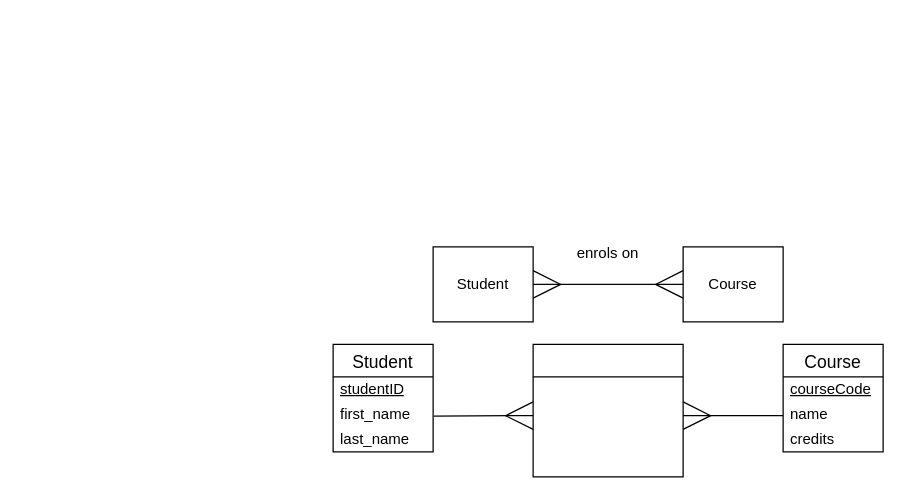
MrFriendCS/MrFriendCS.github.io keeps this draw.io diagram as page "SC" (42 of 46) of higher/ddd/H-DDD-Clydeview/assets/Diagrams/H DDD Clydeview.drawio. Above is the earlier version. Source tidied: cells renumbered, new cells numbered last; positions are measured from the earlier drawing's top-left corner, leaving out a move shared by most shapes. Both pictures are drawn from the tidied source at 125%, with x=0, y=0 at pixel (332, 234).
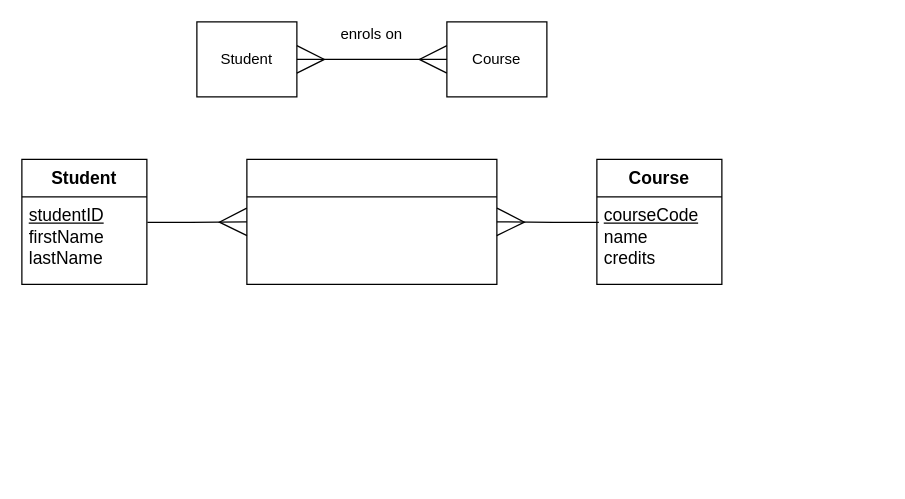
The same page after the edit.

What changed in the source:
```diff
@@
     <mxCell id="3" value="Student" style="rounded=0;whiteSpace=wrap;html=1;fillColor=none;" parent="1" vertex="1">
-      <mxGeometry x="80" y="10" width="80" height="60" as="geometry" />
+      <mxGeometry x="-109" y="-170" width="80" height="60" as="geometry" />
     </mxCell>
     <mxCell id="4" value="Course" style="rounded=0;whiteSpace=wrap;html=1;fillColor=none;" parent="1" vertex="1">
-      <mxGeometry x="280" y="10" width="80" height="60" as="geometry" />
+      <mxGeometry x="91" y="-170" width="80" height="60" as="geometry" />
     </mxCell>
     <mxCell id="5" value="enrols on" style="text;html=1;strokeColor=none;fillColor=none;align=center;verticalAlign=middle;whiteSpace=wrap;rounded=0;" parent="1" vertex="1">
-      <mxGeometry x="180" width="80" height="30" as="geometry" />
+      <mxGeometry x="-9" y="-170" width="80" height="20" as="geometry" />
     </mxCell>
-    <mxCell id="6" value="Student" style="swimlane;fontStyle=0;horizontal=1;startSize=26;align=center;fontSize=14;fillColor=none;" parent="1" vertex="1">
-      <mxGeometry y="88" width="80" height="86" as="geometry" />
+    <mxCell id="6" value="&lt;b&gt;Student&lt;/b&gt;" style="swimlane;horizontal=1;startSize=30;rounded=1;fontSize=14;fontStyle=0;strokeWidth=1;shadow=0;dashed=0;align=center;arcSize=0;whiteSpace=wrap;html=1;fillColor=none;verticalAlign=top;" parent="1" vertex="1">
+      <mxGeometry x="-249" y="-60" width="100" height="100" as="geometry" />
     </mxCell>
-    <mxCell id="7" value="&lt;u&gt;studentID&lt;/u&gt;" style="text;strokeColor=none;fillColor=none;spacingLeft=4;spacingRight=4;overflow=hidden;fontSize=12;whiteSpace=wrap;html=1;align=left;verticalAlign=middle;" parent="6" vertex="1">
-      <mxGeometry y="26" width="80" height="20" as="geometry" />
-    </mxCell>
-    <mxCell id="8" value="first_name" style="text;strokeColor=none;fillColor=none;spacingLeft=4;spacingRight=4;overflow=hidden;points=[[0,0.5],[1,0.5]];portConstraint=eastwest;fontSize=12;whiteSpace=wrap;html=1;align=left;verticalAlign=middle;" parent="6" vertex="1">
-      <mxGeometry y="46" width="80" height="20" as="geometry" />
-    </mxCell>
-    <mxCell id="9" value="last_name" style="text;strokeColor=none;fillColor=none;spacingLeft=4;spacingRight=4;overflow=hidden;fontSize=12;whiteSpace=wrap;html=1;align=left;verticalAlign=middle;" parent="6" vertex="1">
-      <mxGeometry y="66" width="80" height="20" as="geometry" />
-    </mxCell>
+    <mxCell id="21" value="&lt;span style=&quot;font-size: 14px;&quot;&gt;&lt;u&gt;studentID&lt;/u&gt;&lt;/span&gt;&lt;div&gt;&lt;span style=&quot;font-size: 14px;&quot;&gt;firstName&lt;/span&gt;&lt;/div&gt;&lt;div&gt;&lt;span style=&quot;font-size: 14px;&quot;&gt;lastName&lt;/span&gt;&lt;/div&gt;" style="align=left;strokeColor=none;fillColor=none;spacingLeft=4;fontSize=12;verticalAlign=top;html=1;" parent="6" vertex="1">
+      <mxGeometry y="30" width="100" height="70" as="geometry" />
+    </mxCell>
+    <mxCell id="22" style="edgeStyle=orthogonalEdgeStyle;rounded=0;orthogonalLoop=1;jettySize=auto;html=1;exitX=0.5;exitY=1;exitDx=0;exitDy=0;" parent="6" edge="1" source="21" target="21">
+      <mxGeometry relative="1" as="geometry" />
+    </mxCell>
-    <mxCell id="10" value="Course" style="swimlane;fontStyle=0;horizontal=1;startSize=26;align=center;fontSize=14;fillColor=none;" parent="1" vertex="1">
-      <mxGeometry x="360" y="88" width="80" height="86" as="geometry" />
+    <mxCell id="10" value="&lt;b&gt;Course&lt;/b&gt;" style="swimlane;horizontal=1;startSize=30;rounded=1;fontSize=14;fontStyle=0;strokeWidth=1;shadow=0;dashed=0;align=center;arcSize=0;whiteSpace=wrap;html=1;fillColor=none;verticalAlign=top;" parent="1" vertex="1">
+      <mxGeometry x="211" y="-60" width="100" height="100" as="geometry" />
     </mxCell>
-    <mxCell id="11" value="&lt;u&gt;courseCode&lt;/u&gt;" style="text;strokeColor=none;fillColor=none;spacingLeft=4;spacingRight=4;overflow=hidden;fontSize=12;whiteSpace=wrap;html=1;align=left;verticalAlign=middle;" parent="10" vertex="1">
-      <mxGeometry y="26" width="80" height="20" as="geometry" />
-    </mxCell>
-    <mxCell id="12" value="name" style="text;strokeColor=none;fillColor=none;spacingLeft=4;spacingRight=4;overflow=hidden;fontSize=12;whiteSpace=wrap;html=1;align=left;verticalAlign=middle;" parent="10" vertex="1">
-      <mxGeometry y="46" width="80" height="20" as="geometry" />
-    </mxCell>
-    <mxCell id="13" value="credits" style="text;strokeColor=none;fillColor=none;spacingLeft=4;spacingRight=4;overflow=hidden;fontSize=12;whiteSpace=wrap;html=1;align=left;verticalAlign=middle;" parent="10" vertex="1">
-      <mxGeometry y="66" width="80" height="20" as="geometry" />
-    </mxCell>
-    <mxCell id="14" style="swimlane;fontStyle=0;horizontal=1;startSize=26;align=center;fontSize=14;fillColor=none;" parent="1" vertex="1">
-      <mxGeometry x="160" y="88" width="120" height="106" as="geometry" />
-    </mxCell>
-    <mxCell id="15" style="text;strokeColor=none;fillColor=none;spacingLeft=4;spacingRight=4;overflow=hidden;fontSize=12;whiteSpace=wrap;html=1;align=left;verticalAlign=middle;" parent="14" vertex="1">
-      <mxGeometry y="26" width="120" height="20" as="geometry" />
-    </mxCell>
-    <mxCell id="16" style="text;strokeColor=none;fillColor=none;spacingLeft=4;spacingRight=4;overflow=hidden;fontSize=12;whiteSpace=wrap;html=1;align=left;verticalAlign=middle;" parent="14" vertex="1">
-      <mxGeometry y="46" width="120" height="20" as="geometry" />
-    </mxCell>
-    <mxCell id="17" style="text;strokeColor=none;fillColor=none;spacingLeft=4;spacingRight=4;overflow=hidden;fontSize=12;whiteSpace=wrap;html=1;align=left;verticalAlign=middle;" parent="14" vertex="1">
-      <mxGeometry y="66" width="120" height="20" as="geometry" />
-    </mxCell>
-    <mxCell id="18" style="text;strokeColor=none;fillColor=none;spacingLeft=4;spacingRight=4;overflow=hidden;fontSize=12;whiteSpace=wrap;html=1;align=left;verticalAlign=middle;" parent="14" vertex="1">
-      <mxGeometry y="86" width="120" height="20" as="geometry" />
-    </mxCell>
-    <mxCell id="19" style="rounded=0;jettySize=auto;html=1;exitX=1.006;exitY=0.565;exitDx=0;exitDy=0;endArrow=ERmany;endFill=0;exitPerimeter=0;endSize=20;" parent="1" edge="1" source="8">
-      <mxGeometry relative="1" as="geometry">
-        <mxPoint x="160" y="145" as="targetPoint" />
-      </mxGeometry>
-    </mxCell>
-    <mxCell id="20" style="rounded=0;orthogonalLoop=1;jettySize=auto;html=1;entryX=0;entryY=0.5;entryDx=0;entryDy=0;endArrow=none;endFill=0;startArrow=ERmany;startFill=0;startSize=20;" parent="1" edge="1">
-      <mxGeometry relative="1" as="geometry">
-        <mxPoint x="280" y="145" as="sourcePoint" />
-        <mxPoint x="360" y="145" as="targetPoint" />
-      </mxGeometry>
-    </mxCell>
+    <mxCell id="23" value="&lt;span style=&quot;font-size: 14px;&quot;&gt;&lt;u&gt;courseCode&lt;/u&gt;&lt;/span&gt;&lt;div&gt;&lt;span style=&quot;font-size: 14px;&quot;&gt;name&lt;/span&gt;&lt;/div&gt;&lt;div&gt;&lt;span style=&quot;font-size: 14px;&quot;&gt;credits&lt;/span&gt;&lt;/div&gt;" style="align=left;strokeColor=none;fillColor=none;spacingLeft=4;fontSize=12;verticalAlign=top;html=1;" parent="10" vertex="1">
+      <mxGeometry y="30" width="100" height="70" as="geometry" />
+    </mxCell>
+    <mxCell id="24" style="edgeStyle=orthogonalEdgeStyle;rounded=0;orthogonalLoop=1;jettySize=auto;html=1;exitX=0.5;exitY=1;exitDx=0;exitDy=0;" parent="10" edge="1" source="23" target="23">
+      <mxGeometry relative="1" as="geometry" />
+    </mxCell>
+    <mxCell id="25" style="swimlane;horizontal=1;startSize=30;rounded=1;fontSize=14;fontStyle=0;strokeWidth=1;shadow=0;dashed=0;align=center;arcSize=0;whiteSpace=wrap;html=1;fillColor=none;" parent="1" vertex="1">
+      <mxGeometry x="-69" y="-60" width="200" height="100" as="geometry" />
+    </mxCell>
+    <mxCell id="26" style="edgeStyle=orthogonalEdgeStyle;rounded=0;orthogonalLoop=1;jettySize=auto;html=1;exitX=0.5;exitY=1;exitDx=0;exitDy=0;" parent="25" edge="1">
+      <mxGeometry relative="1" as="geometry">
+        <mxPoint x="80" y="96" as="sourcePoint" />
+        <mxPoint x="80" y="96" as="targetPoint" />
+      </mxGeometry>
+    </mxCell>
+    <mxCell id="27" style="edgeStyle=orthogonalEdgeStyle;shape=connector;rounded=0;jettySize=auto;html=1;exitX=0.016;exitY=0.291;exitDx=0;exitDy=0;strokeColor=default;align=center;verticalAlign=middle;fontFamily=Helvetica;fontSize=11;fontColor=default;labelBackgroundColor=default;startSize=20;endArrow=ERmany;endFill=0;endSize=20;entryX=1;entryY=0.5;entryDx=0;entryDy=0;exitPerimeter=0;" parent="1" edge="1" source="23" target="25">
+      <mxGeometry relative="1" as="geometry" />
+    </mxCell>
+    <mxCell id="28" style="edgeStyle=orthogonalEdgeStyle;shape=connector;rounded=0;jettySize=auto;html=1;exitX=1.004;exitY=0.291;exitDx=0;exitDy=0;strokeColor=default;align=center;verticalAlign=middle;fontFamily=Helvetica;fontSize=11;fontColor=default;labelBackgroundColor=default;startSize=20;endArrow=ERmany;endFill=0;endSize=20;exitPerimeter=0;" parent="1" edge="1" source="21">
+      <mxGeometry relative="1" as="geometry">
+        <mxPoint x="-69" y="-10" as="targetPoint" />
+      </mxGeometry>
+    </mxCell>
```
